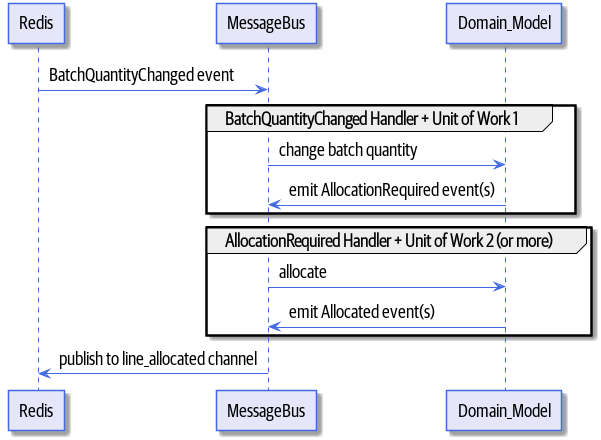
Earlier version of the PlantUML export images/reallocation_sequence_diagram_with_redis.png (cosmicpython/book).
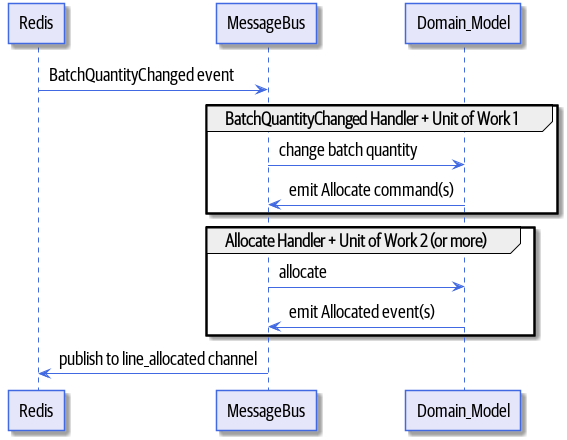
Later version of the same file.

Commit message:
UoW diagram

Diff of the diagram source:
```diff
@@ -53,11 +53,11 @@
 
 group BatchQuantityChanged Handler + Unit of Work 1
     MessageBus -> Domain_Model : change batch quantity
-    Domain_Model -> MessageBus : emit AllocationRequired event(s)
+    Domain_Model -> MessageBus : emit Allocate command(s)
 end
 
 
-group AllocationRequired Handler + Unit of Work 2 (or more)
+group Allocate Handler + Unit of Work 2 (or more)
     MessageBus -> Domain_Model : allocate
     Domain_Model -> MessageBus : emit Allocated event(s)
 end
```
